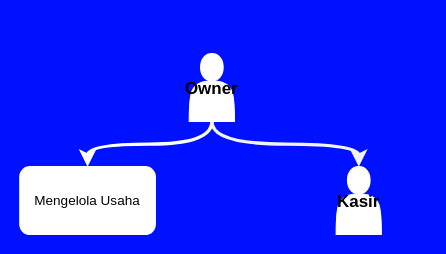
RIOKOWI/warmindo_purnama_flutter keeps this draw.io diagram as page "structure-cafe" (1 of 3) of assets/uml/bab3.drawio. Above is the earlier version. Source tidied: cells renumbered, new cells numbered last; positions are measured from the earlier drawing's top-left corner, leaving out a move shared by most shapes. Both pictures are drawn from the tidied source at 113%, with x=0, y=0 at pixel (19, 53).
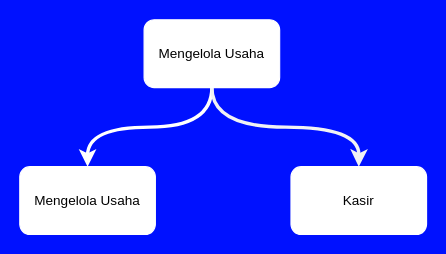
After the change.

Diff of the diagram source:
```diff
@@
 <mxGraphModel background="light-dark(#0011ff, #121212)">
   <root>
     <mxCell id="0" />
     <mxCell id="1" parent="0" />
-    <mxCell id="2" style="edgeStyle=orthogonalEdgeStyle;html=1;entryX=0.5;entryY=0;entryDx=0;entryDy=0;curved=1;strokeColor=#FFFFFF;strokeWidth=3;exitX=0.5;exitY=1;exitDx=0;exitDy=0;" parent="1" edge="1" source="4" target="6">
+    <mxCell id="2" style="edgeStyle=orthogonalEdgeStyle;html=1;entryX=0.5;entryY=0;entryDx=0;entryDy=0;curved=1;strokeColor=#FFFFFF;strokeWidth=3;exitX=0.5;exitY=1;exitDx=0;exitDy=0;" parent="1" edge="1" source="7" target="6">
       <mxGeometry relative="1" as="geometry" />
     </mxCell>
-    <mxCell id="3" style="edgeStyle=orthogonalEdgeStyle;html=1;entryX=0.5;entryY=0;entryDx=0;entryDy=0;curved=1;strokeColor=light-dark(#f1f3f4, #ededed);strokeWidth=3;exitX=0.5;exitY=1;exitDx=0;exitDy=0;" parent="1" edge="1" source="4" target="5">
-      <mxGeometry relative="1" as="geometry" />
+    <mxCell id="3" style="edgeStyle=orthogonalEdgeStyle;html=1;entryX=0.5;entryY=0;entryDx=0;entryDy=0;curved=1;strokeColor=light-dark(#f1f3f4, #ededed);strokeWidth=3;exitX=0.5;exitY=1;exitDx=0;exitDy=0;" parent="1" edge="1" source="7">
+      <mxGeometry relative="1" as="geometry">
+        <mxPoint x="300" y="100" as="targetPoint" />
+      </mxGeometry>
     </mxCell>
-    <mxCell id="4" value="&lt;font style=&quot;font-size: 15px;&quot;&gt;&lt;b&gt;Owner&lt;/b&gt;&lt;/font&gt;" style="shape=actor;whiteSpace=wrap;html=1;strokeColor=light-dark(#ffffff, #ededed);" parent="1" vertex="1">
-      <mxGeometry x="150" width="40" height="60" as="geometry" />
-    </mxCell>
+    <mxCell id="6" value="Mengelola Usaha" style="rounded=1;whiteSpace=wrap;html=1;strokeColor=#FFFFFF;" parent="1" vertex="1">
+      <mxGeometry y="100" width="120" height="60" as="geometry" />
+    </mxCell>
+    <mxCell id="7" value="Mengelola Usaha" style="rounded=1;whiteSpace=wrap;html=1;strokeColor=#FFFFFF;" parent="1" vertex="1">
+      <mxGeometry x="110" y="-30" width="120" height="60" as="geometry" />
+    </mxCell>
-    <mxCell id="5" value="&lt;font style=&quot;font-size: 15px;&quot;&gt;&lt;b&gt;Kasir&lt;/b&gt;&lt;/font&gt;" style="shape=actor;whiteSpace=wrap;html=1;strokeColor=light-dark(#ffffff, #ededed);" parent="1" vertex="1">
-      <mxGeometry x="280" y="100" width="40" height="60" as="geometry" />
+    <mxCell id="5" value="Kasir" style="rounded=1;whiteSpace=wrap;html=1;strokeColor=#FFFFFF;" parent="1" vertex="1">
+      <mxGeometry x="240" y="100" width="120" height="60" as="geometry" />
     </mxCell>
-    <mxCell id="6" value="Mengelola Usaha" style="rounded=1;whiteSpace=wrap;html=1;strokeColor=#FFFFFF;" parent="1" vertex="1">
-      <mxGeometry y="100" width="120" height="60" as="geometry" />
-    </mxCell>
   </root>
 </mxGraphModel>
```
